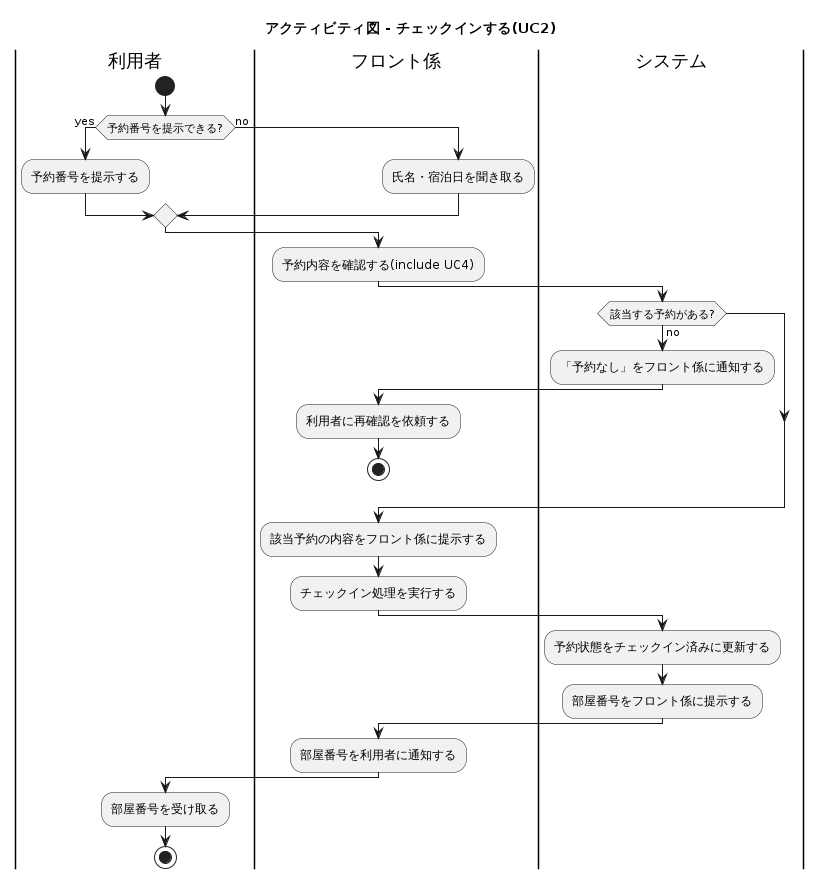
Earlier version of the PlantUML export docs/uml/images/06_activity_diagram_checkin.png (doguto/waseda-hrs). The source it was exported from:
```plantuml
@startuml 06_activity_diagram_checkin
title アクティビティ図 - チェックインする(UC2)

|利用者|
start
if (予約番号を提示できる?) then (yes)
  :予約番号を提示する;
else (no)
  |フロント係|
  :氏名・宿泊日を聞き取る;
endif
|フロント係|
:予約内容を確認する(include UC4);
|システム|
if (該当する予約がある?) then (no)
  :「予約なし」をフロント係に通知する;
  |フロント係|
  :利用者に再確認を依頼する;
  stop
endif
:該当予約の内容をフロント係に提示する;
|フロント係|
:チェックイン処理を実行する;
|システム|
:予約状態をチェックイン済みに更新する;
:部屋番号をフロント係に提示する;
|フロント係|
:部屋番号を利用者に通知する;
|利用者|
:部屋番号を受け取る;
stop

@enduml
```
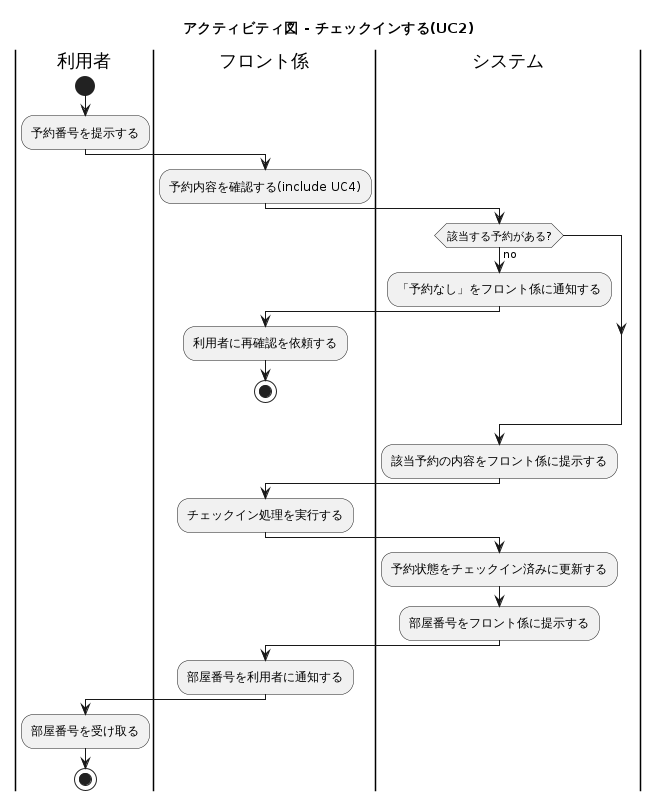
The same file after the commit.

Change to the diagram source:
```diff
@@ -3,12 +3,7 @@
 
 |利用者|
 start
-if (予約番号を提示できる?) then (yes)
-  :予約番号を提示する;
-else (no)
-  |フロント係|
-  :氏名・宿泊日を聞き取る;
-endif
+:予約番号を提示する;
 |フロント係|
 :予約内容を確認する(include UC4);
 |システム|
@@ -18,6 +13,7 @@
   :利用者に再確認を依頼する;
   stop
 endif
+|システム|
 :該当予約の内容をフロント係に提示する;
 |フロント係|
 :チェックイン処理を実行する;
```
